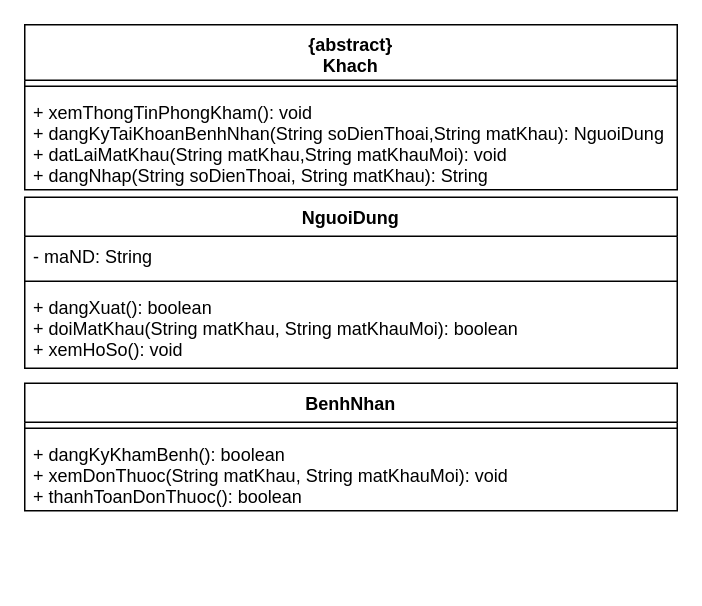
The draw.io diagram page "Class" (2 of 3) of designs/luc.drawio in luclegen/medicine16, before the edit. Source tidied: cells renumbered, new cells numbered last; positions are measured from the earlier drawing's top-left corner, leaving out a move shared by most shapes. Both pictures are drawn from the tidied source at 150%, with x=0, y=0 at pixel (24, 24).
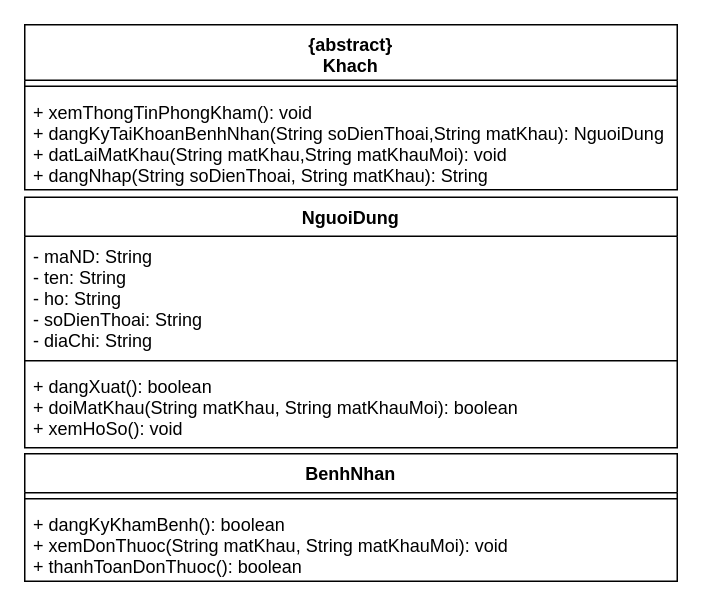
After the change.

Commit message:
Add fields of NguoiDung

Change to the diagram source:
```diff
@@
 <mxGraphModel>
   <root>
     <mxCell id="0" />
     <mxCell id="1" parent="0" />
     <mxCell id="2" value="{abstract}&#10;Khach" style="swimlane;fontStyle=1;align=center;verticalAlign=top;horizontal=1;startSize=37;" parent="1" vertex="1">
       <mxGeometry width="435" height="110" as="geometry" />
     </mxCell>
     <mxCell id="3" style="line;strokeWidth=1;fillColor=none;align=left;verticalAlign=middle;spacingTop=-1;spacingLeft=3;spacingRight=3;labelPosition=right;" parent="2" vertex="1">
       <mxGeometry y="37" width="435" height="8" as="geometry" />
     </mxCell>
     <mxCell id="4" value="+ xemThongTinPhongKham(): void&#10;+ dangKyTaiKhoanBenhNhan(String soDienThoai,String matKhau): NguoiDung&#10;+ datLaiMatKhau(String matKhau,String matKhauMoi): void&#10;+ dangNhap(String soDienThoai, String matKhau): String" style="text;strokeColor=none;fillColor=none;align=left;verticalAlign=top;spacingLeft=4;spacingRight=4;overflow=hidden;" parent="2" vertex="1">
       <mxGeometry y="45" width="435" height="65" as="geometry" />
     </mxCell>
     <mxCell id="5" value="BenhNhan" style="swimlane;fontStyle=1;align=center;verticalAlign=top;horizontal=1;startSize=26;" parent="1" vertex="1">
-      <mxGeometry y="239" width="435" height="85" as="geometry" />
+      <mxGeometry y="286" width="435" height="85" as="geometry" />
     </mxCell>
     <mxCell id="6" style="line;strokeWidth=1;fillColor=none;align=left;verticalAlign=middle;spacingTop=-1;spacingLeft=3;spacingRight=3;labelPosition=right;" parent="5" vertex="1">
       <mxGeometry y="26" width="435" height="8" as="geometry" />
     </mxCell>
     <mxCell id="7" value="+ dangKyKhamBenh(): boolean&#10;+ xemDonThuoc(String matKhau, String matKhauMoi): void&#10;+ thanhToanDonThuoc(): boolean" style="text;strokeColor=none;fillColor=none;align=left;verticalAlign=top;spacingLeft=4;spacingRight=4;overflow=hidden;" parent="5" vertex="1">
       <mxGeometry y="34" width="435" height="51" as="geometry" />
     </mxCell>
     <mxCell id="8" value="NguoiDung" style="swimlane;fontStyle=1;align=center;verticalAlign=top;horizontal=1;startSize=26;" parent="1" vertex="1">
-      <mxGeometry y="115" width="435" height="114" as="geometry" />
+      <mxGeometry y="115" width="435" height="167" as="geometry" />
     </mxCell>
-    <mxCell id="9" value="- maND: String" style="text;strokeColor=none;fillColor=none;align=left;verticalAlign=top;spacingLeft=4;spacingRight=4;overflow=hidden;" parent="8" vertex="1">
-      <mxGeometry y="26" width="435" height="26" as="geometry" />
+    <mxCell id="9" value="- maND: String&#10;- ten: String&#10;- ho: String&#10;- soDienThoai: String&#10;- diaChi: String" style="text;strokeColor=none;fillColor=none;align=left;verticalAlign=top;spacingLeft=4;spacingRight=4;overflow=hidden;" parent="8" vertex="1">
+      <mxGeometry y="26" width="435" height="79" as="geometry" />
     </mxCell>
     <mxCell id="10" style="line;strokeWidth=1;fillColor=none;align=left;verticalAlign=middle;spacingTop=-1;spacingLeft=3;spacingRight=3;labelPosition=right;" parent="8" vertex="1">
-      <mxGeometry y="52" width="435" height="8" as="geometry" />
+      <mxGeometry y="105" width="435" height="8" as="geometry" />
     </mxCell>
     <mxCell id="11" value="+ dangXuat(): boolean&#10;+ doiMatKhau(String matKhau, String matKhauMoi): boolean&#10;+ xemHoSo(): void" style="text;strokeColor=none;fillColor=none;align=left;verticalAlign=top;spacingLeft=4;spacingRight=4;overflow=hidden;" parent="8" vertex="1">
-      <mxGeometry y="60" width="435" height="54" as="geometry" />
+      <mxGeometry y="113" width="435" height="54" as="geometry" />
     </mxCell>
   </root>
 </mxGraphModel>
```
